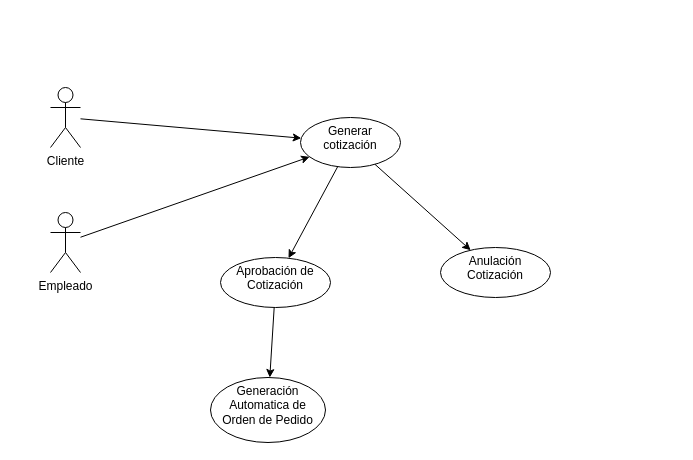
The draw.io diagram Diagram_Cotizacion..drawio in josedtl/Diagrama, before the edit. Source tidied: cells renumbered, new cells numbered last; positions are measured from the earlier drawing's top-left corner, leaving out a move shared by most shapes. Both pictures are drawn from the tidied source at 100%, with x=0, y=0 at pixel (50, 87).
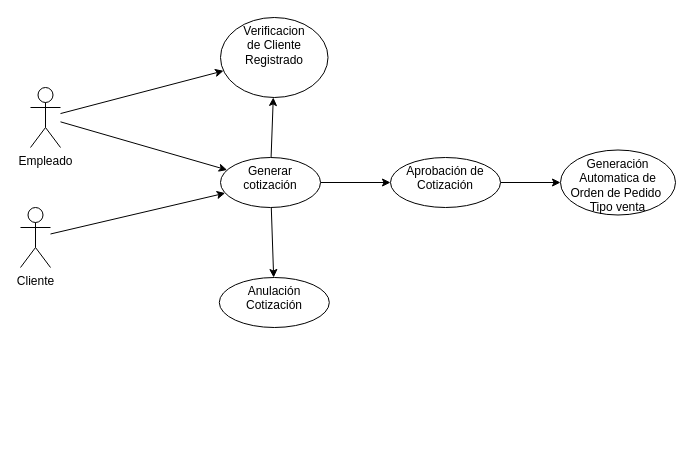
The same page after the edit.

Change to the diagram source:
```diff
@@
 <mxGraphModel>
   <root>
     <mxCell id="0" />
     <mxCell id="1" parent="0" />
     <mxCell id="2" style="edgeStyle=none;html=1;" parent="1" edge="1" source="3" target="8">
       <mxGeometry relative="1" as="geometry" />
     </mxCell>
+    <mxCell id="13" style="edgeStyle=none;html=1;" parent="1" edge="1" source="3" target="15">
+      <mxGeometry relative="1" as="geometry" />
+    </mxCell>
     <mxCell id="3" value="Empleado" style="shape=umlActor;verticalLabelPosition=bottom;verticalAlign=top;html=1;outlineConnect=0;" parent="1" vertex="1">
-      <mxGeometry y="125" width="30" height="60" as="geometry" />
+      <mxGeometry x="-20" width="30" height="60" as="geometry" />
     </mxCell>
     <mxCell id="4" style="edgeStyle=none;html=1;" parent="1" edge="1" source="5" target="8">
       <mxGeometry relative="1" as="geometry" />
     </mxCell>
     <mxCell id="5" value="Cliente" style="shape=umlActor;verticalLabelPosition=bottom;verticalAlign=top;html=1;outlineConnect=0;" parent="1" vertex="1">
-      <mxGeometry width="30" height="60" as="geometry" />
+      <mxGeometry x="-30" y="120" width="30" height="60" as="geometry" />
     </mxCell>
     <mxCell id="6" style="edgeStyle=none;html=1;" parent="1" edge="1" source="8" target="10">
       <mxGeometry relative="1" as="geometry" />
     </mxCell>
     <mxCell id="7" style="edgeStyle=none;html=1;" parent="1" edge="1" source="8" target="11">
       <mxGeometry relative="1" as="geometry" />
     </mxCell>
+    <mxCell id="14" style="edgeStyle=none;html=1;" parent="1" edge="1" source="8" target="15">
+      <mxGeometry relative="1" as="geometry" />
+    </mxCell>
     <mxCell id="8" value="Generar cotización" style="ellipse;whiteSpace=wrap;html=1;verticalAlign=top;" parent="1" vertex="1">
-      <mxGeometry x="250" y="30" width="100" height="50" as="geometry" />
+      <mxGeometry x="170" y="70" width="100" height="50" as="geometry" />
     </mxCell>
     <mxCell id="9" style="edgeStyle=none;html=1;" parent="1" edge="1" source="10" target="12">
       <mxGeometry relative="1" as="geometry" />
     </mxCell>
     <mxCell id="10" value="Aprobación de Cotización" style="ellipse;whiteSpace=wrap;html=1;verticalAlign=top;" parent="1" vertex="1">
-      <mxGeometry x="170" y="170" width="110" height="50" as="geometry" />
+      <mxGeometry x="340" y="70" width="110" height="50" as="geometry" />
     </mxCell>
     <mxCell id="11" value="Anulación Cotización" style="ellipse;whiteSpace=wrap;html=1;verticalAlign=top;" parent="1" vertex="1">
-      <mxGeometry x="390" y="160" width="110" height="50" as="geometry" />
+      <mxGeometry x="168.8" y="190" width="110" height="50" as="geometry" />
     </mxCell>
-    <mxCell id="12" value="Generación Automatica de Orden de Pedido" style="ellipse;whiteSpace=wrap;html=1;verticalAlign=top;" parent="1" vertex="1">
-      <mxGeometry x="160" y="290" width="115" height="65" as="geometry" />
+    <mxCell id="12" value="Generación Automatica de Orden de Pedido&amp;nbsp;&lt;br&gt;Tipo venta" style="ellipse;whiteSpace=wrap;html=1;verticalAlign=top;" parent="1" vertex="1">
+      <mxGeometry x="510" y="62.5" width="115" height="65" as="geometry" />
     </mxCell>
+    <mxCell id="15" value="Verificacion&lt;br&gt;de Cliente&lt;br&gt;Registrado" style="ellipse;whiteSpace=wrap;html=1;verticalAlign=top;" parent="1" vertex="1">
+      <mxGeometry x="170" y="-70" width="107.5" height="80" as="geometry" />
+    </mxCell>
   </root>
 </mxGraphModel>
```
